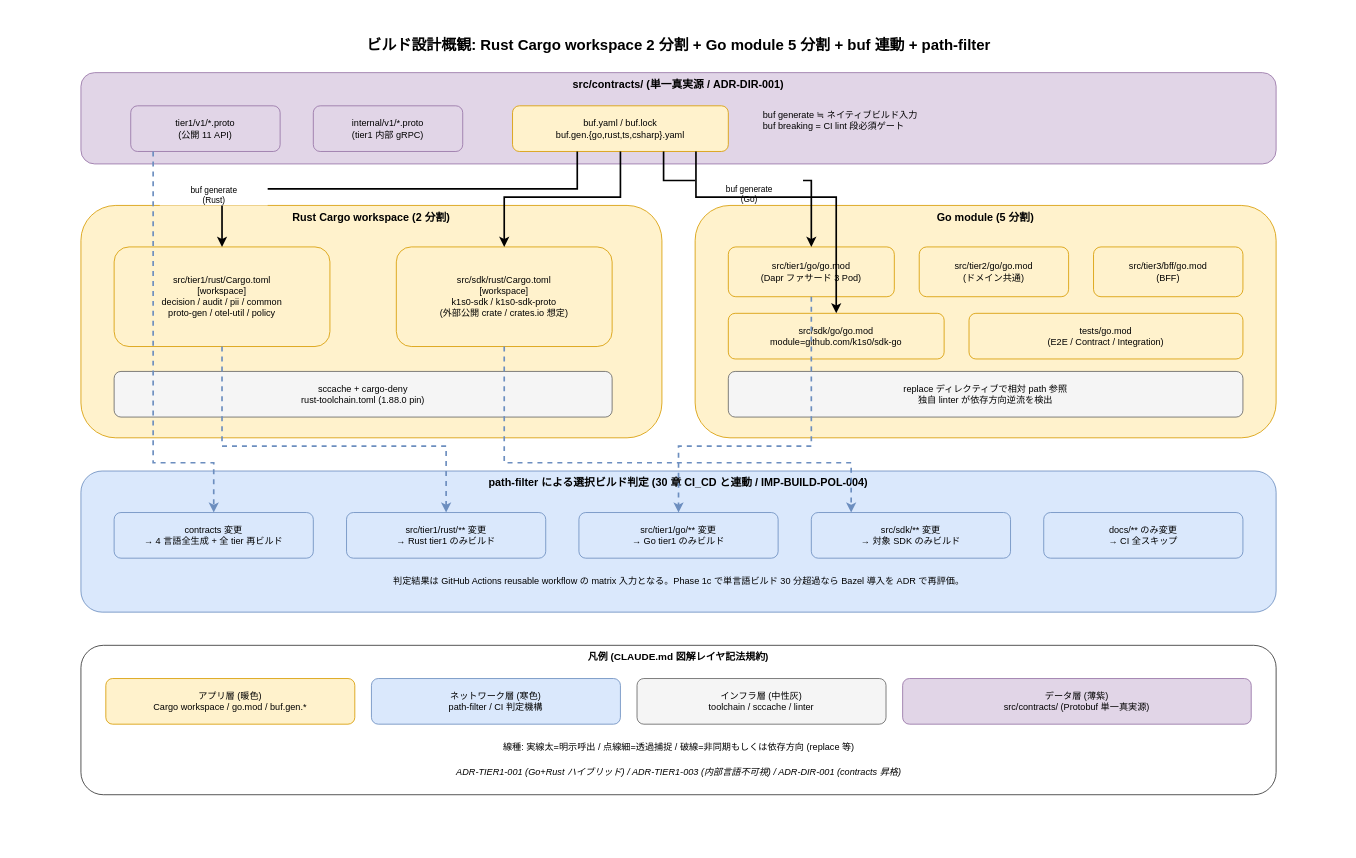
The draw.io diagram docs/05_実装/10_ビルド設計/img/10_ビルド設計概観.drawio in RyuheiKiso/k1s0, before the edit. Source tidied: cells renumbered, new cells numbered last; positions are measured from the earlier drawing's top-left corner, leaving out a move shared by most shapes. Both pictures are drawn from the tidied source at 83%, with x=0, y=0 at pixel (14, 14).
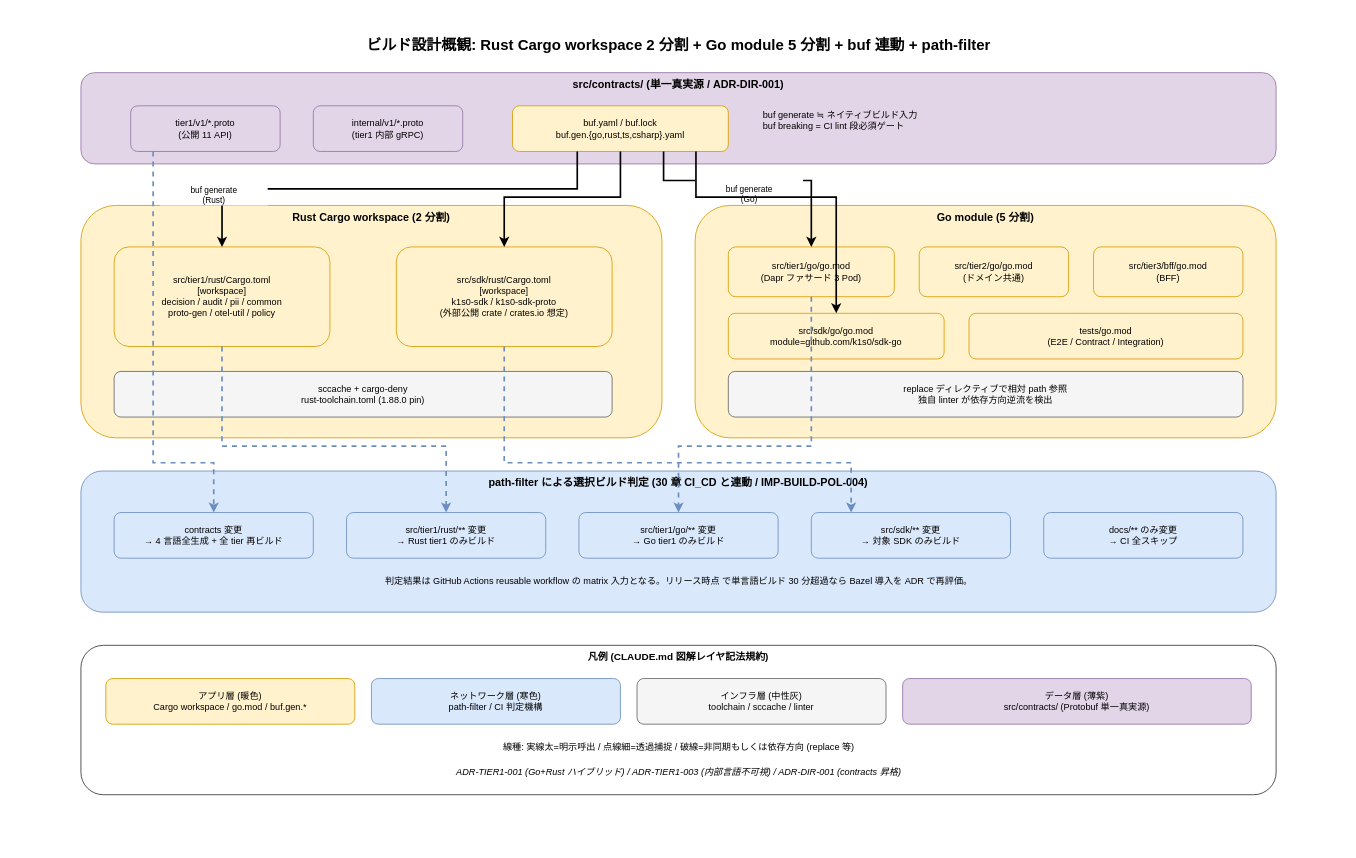
Above is the later version.

Diff of the diagram source:
```diff
@@
-    <mxCell id="26" value="判定結果は GitHub Actions reusable workflow の matrix 入力となる。Phase 1c で単言語ビルド 30 分超過なら Bazel 導入を ADR で再評価。" style="text;html=1;fontSize=11;align=center;" parent="1" vertex="1">
+    <mxCell id="26" value="判定結果は GitHub Actions reusable workflow の matrix 入力となる。リリース時点 で単言語ビルド 30 分超過なら Bazel 導入を ADR で再評価。" style="text;html=1;fontSize=11;align=center;" parent="1" vertex="1">
       <mxGeometry x="120" y="670" width="1360" height="40" as="geometry" />
     </mxCell>
```
